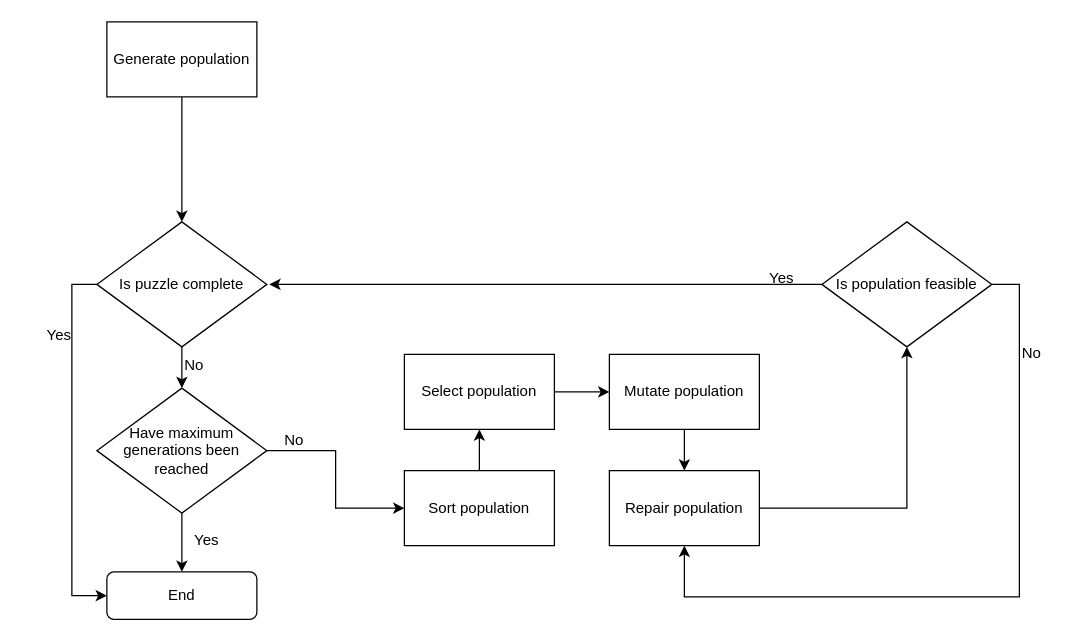
Above: page "Page-5" (5 of 7) of Documentation/WIPs/Diagrams/Project diagrams.drawio in sfreeman218/MMP_Sudoku (draw.io), before the change. Source tidied: cells renumbered, new cells numbered last; positions are measured from the earlier drawing's top-left corner, leaving out a move shared by most shapes. Both pictures are drawn from the tidied source at 125%, with x=0, y=0 at pixel (21, 21).
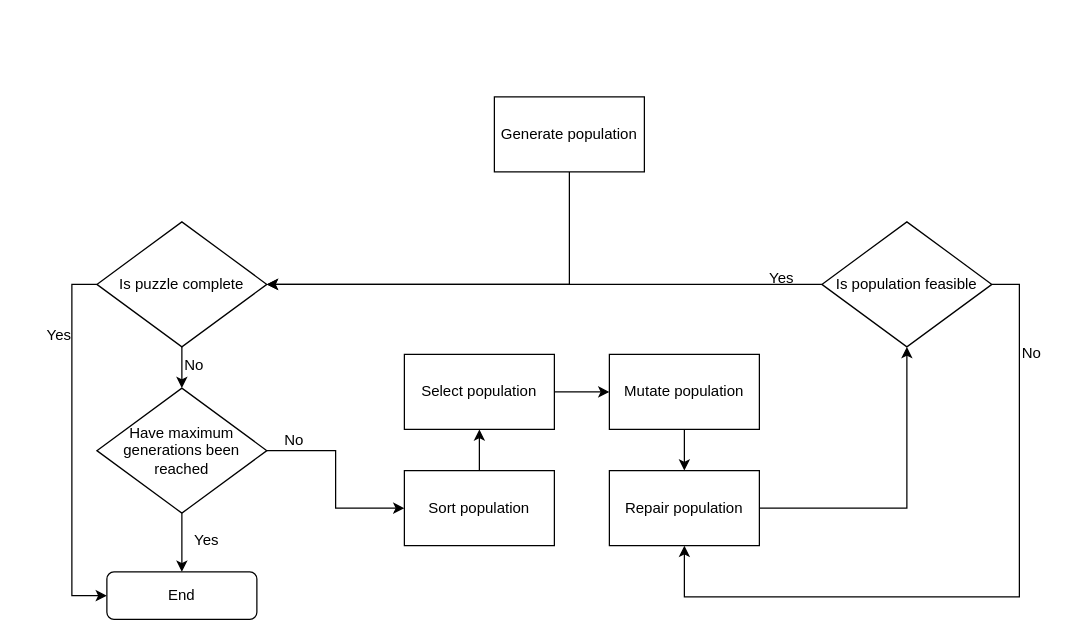
The same diagram, later.

Unchanged cells that the change refers to:
```xml
<mxCell id="10" value="Is puzzle complete" style="rhombus;whiteSpace=wrap;html=1;" parent="1" vertex="1">
  <mxGeometry x="60" y="160" width="136" height="100" as="geometry" />
</mxCell>
<mxCell id="21" value="Is population feasible" style="rhombus;whiteSpace=wrap;html=1;" parent="1" vertex="1">
  <mxGeometry x="640" y="160" width="136" height="100" as="geometry" />
</mxCell>
```

Diff of the diagram source:
```diff
@@
-    <mxCell id="2" style="edgeStyle=orthogonalEdgeStyle;rounded=0;jettySize=auto;html=1;entryX=0.5;entryY=0;entryDx=0;entryDy=0;" parent="1" edge="1" source="3" target="10">
-      <mxGeometry relative="1" as="geometry" />
+    <mxCell id="2" style="edgeStyle=orthogonalEdgeStyle;rounded=0;jettySize=auto;html=1;entryX=1;entryY=0.5;entryDx=0;entryDy=0;" parent="1" edge="1" source="3" target="10">
+      <mxGeometry relative="1" as="geometry">
+        <Array as="points">
+          <mxPoint x="438" y="210" />
+        </Array>
+      </mxGeometry>
     </mxCell>
     <mxCell id="3" value="Generate population" style="rounded=0;whiteSpace=wrap;html=1;" parent="1" vertex="1">
-      <mxGeometry x="68" width="120" height="60" as="geometry" />
+      <mxGeometry x="378" y="60" width="120" height="60" as="geometry" />
     </mxCell>
@@
-    <mxCell id="19" style="edgeStyle=orthogonalEdgeStyle;rounded=0;jettySize=auto;html=1;" parent="1" edge="1" source="21">
-      <mxGeometry relative="1" as="geometry">
-        <mxPoint x="198" y="210" as="targetPoint" />
-      </mxGeometry>
+    <mxCell id="19" style="edgeStyle=orthogonalEdgeStyle;rounded=0;jettySize=auto;html=1;" parent="1" edge="1" source="21" target="10">
+      <mxGeometry relative="1" as="geometry" />
     </mxCell>
```
